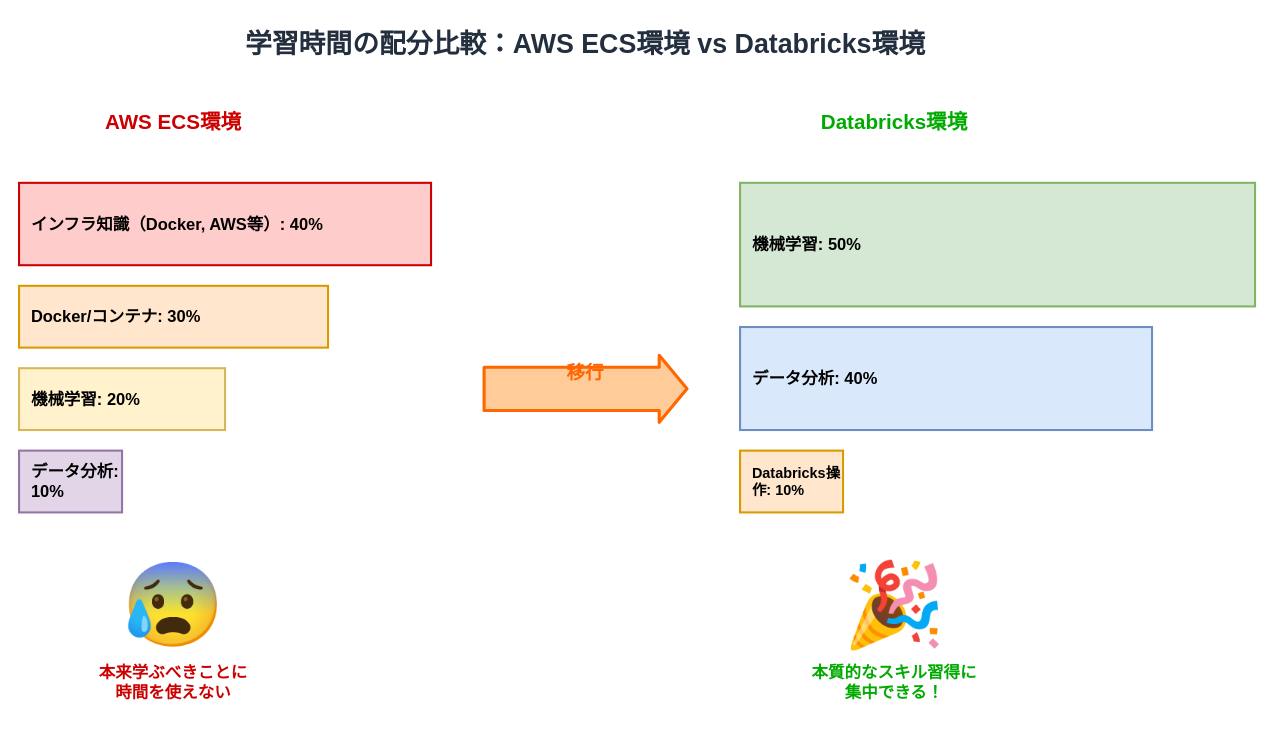
i9wa4/i9wa4.github.io keeps this draw.io diagram as assets/2025-11-07-tamesare-data-sapporo/learning-cost-comparison.drawio. Above is the earlier version. Source tidied: cells renumbered, new cells numbered last; positions are measured from the earlier drawing's top-left corner, leaving out a move shared by most shapes. Both pictures are drawn from the tidied source at 103%, with x=0, y=0 at pixel (19, 18).
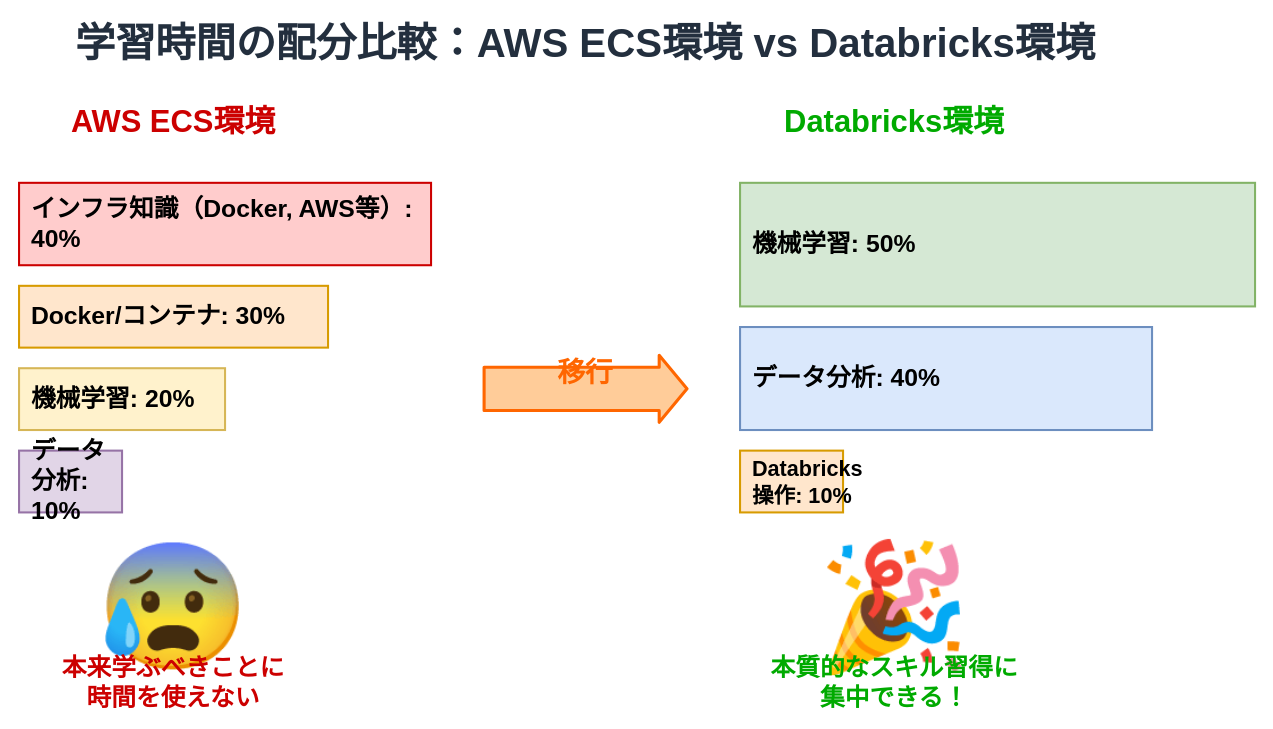
The same diagram, later.

Diff of the diagram source:
```diff
@@
-<mxGraphModel background="#ffffff">
+<mxGraphModel>
@@
-    <mxCell id="2" value="学習時間の配分比較：AWS ECS環境 vs Databricks環境" style="text;html=1;strokeColor=none;fillColor=none;align=center;verticalAlign=middle;whiteSpace=wrap;rounded=0;fontSize=26;fontStyle=1;fontColor=#232F3E;" parent="1" vertex="1">
+    <mxCell id="2" value="学習時間の配分比較：AWS ECS環境 vs Databricks環境" style="text;html=1;strokeColor=none;fillColor=none;align=center;verticalAlign=middle;whiteSpace=wrap;rounded=0;fontSize=39;fontStyle=1;fontColor=#232F3E;" parent="1" vertex="1">
       <mxGeometry x="50" width="1000" height="50" as="geometry" />
     </mxCell>
-    <mxCell id="3" value="AWS ECS環境" style="text;html=1;strokeColor=none;fillColor=none;align=center;verticalAlign=middle;whiteSpace=wrap;rounded=0;fontSize=20;fontStyle=1;fontColor=#CC0000;" parent="1" vertex="1">
+    <mxCell id="3" value="AWS ECS環境" style="text;html=1;strokeColor=none;fillColor=none;align=center;verticalAlign=middle;whiteSpace=wrap;rounded=0;fontSize=30;fontStyle=1;fontColor=#CC0000;" parent="1" vertex="1">
       <mxGeometry y="80" width="300" height="40" as="geometry" />
     </mxCell>
@@
-    <mxCell id="5" value="インフラ知識（Docker, AWS等）: 40%" style="text;html=1;strokeColor=none;fillColor=none;align=left;verticalAlign=middle;whiteSpace=wrap;rounded=0;fontSize=16;fontStyle=1;spacingLeft=10;" parent="1" vertex="1">
+    <mxCell id="5" value="インフラ知識（Docker, AWS等）: 40%" style="text;html=1;strokeColor=none;fillColor=none;align=left;verticalAlign=middle;whiteSpace=wrap;rounded=0;fontSize=24;fontStyle=1;spacingLeft=10;" parent="1" vertex="1">
       <mxGeometry y="180" width="400" height="40" as="geometry" />
     </mxCell>
@@
-    <mxCell id="7" value="Docker/コンテナ: 30%" style="text;html=1;strokeColor=none;fillColor=none;align=left;verticalAlign=middle;whiteSpace=wrap;rounded=0;fontSize=16;fontStyle=1;spacingLeft=10;" parent="1" vertex="1">
+    <mxCell id="7" value="Docker/コンテナ: 30%" style="text;html=1;strokeColor=none;fillColor=none;align=left;verticalAlign=middle;whiteSpace=wrap;rounded=0;fontSize=24;fontStyle=1;spacingLeft=10;" parent="1" vertex="1">
       <mxGeometry y="275" width="300" height="30" as="geometry" />
     </mxCell>
@@
-    <mxCell id="9" value="機械学習: 20%" style="text;html=1;strokeColor=none;fillColor=none;align=left;verticalAlign=middle;whiteSpace=wrap;rounded=0;fontSize=16;fontStyle=1;spacingLeft=10;" parent="1" vertex="1">
+    <mxCell id="9" value="機械学習: 20%" style="text;html=1;strokeColor=none;fillColor=none;align=left;verticalAlign=middle;whiteSpace=wrap;rounded=0;fontSize=24;fontStyle=1;spacingLeft=10;" parent="1" vertex="1">
       <mxGeometry y="355" width="200" height="30" as="geometry" />
     </mxCell>
@@
-    <mxCell id="11" value="データ分析: 10%" style="text;html=1;strokeColor=none;fillColor=none;align=left;verticalAlign=middle;whiteSpace=wrap;rounded=0;fontSize=16;fontStyle=1;spacingLeft=10;" parent="1" vertex="1">
+    <mxCell id="11" value="データ分析: 10%" style="text;html=1;strokeColor=none;fillColor=none;align=left;verticalAlign=middle;whiteSpace=wrap;rounded=0;fontSize=24;fontStyle=1;spacingLeft=10;" parent="1" vertex="1">
       <mxGeometry y="435" width="100" height="30" as="geometry" />
     </mxCell>
-    <mxCell id="12" value="😰" style="text;html=1;strokeColor=none;fillColor=none;align=center;verticalAlign=middle;whiteSpace=wrap;rounded=0;fontSize=80;" parent="1" vertex="1">
+    <mxCell id="12" value="😰" style="text;html=1;strokeColor=none;fillColor=none;align=center;verticalAlign=middle;whiteSpace=wrap;rounded=0;fontSize=120;" parent="1" vertex="1">
       <mxGeometry x="70" y="520" width="160" height="100" as="geometry" />
     </mxCell>
-    <mxCell id="13" value="本来学ぶべきことに&lt;br&gt;時間を使えない" style="text;html=1;strokeColor=none;fillColor=none;align=center;verticalAlign=middle;whiteSpace=wrap;rounded=0;fontSize=16;fontStyle=1;fontColor=#CC0000;" parent="1" vertex="1">
+    <mxCell id="13" value="本来学ぶべきことに&lt;br&gt;時間を使えない" style="text;html=1;strokeColor=none;fillColor=none;align=center;verticalAlign=middle;whiteSpace=wrap;rounded=0;fontSize=24;fontStyle=1;fontColor=#CC0000;" parent="1" vertex="1">
       <mxGeometry y="620" width="300" height="50" as="geometry" />
     </mxCell>
-    <mxCell id="14" value="Databricks環境" style="text;html=1;strokeColor=none;fillColor=none;align=center;verticalAlign=middle;whiteSpace=wrap;rounded=0;fontSize=20;fontStyle=1;fontColor=#00AA00;" parent="1" vertex="1">
+    <mxCell id="14" value="Databricks環境" style="text;html=1;strokeColor=none;fillColor=none;align=center;verticalAlign=middle;whiteSpace=wrap;rounded=0;fontSize=30;fontStyle=1;fontColor=#00AA00;" parent="1" vertex="1">
       <mxGeometry x="700" y="80" width="300" height="40" as="geometry" />
     </mxCell>
@@
-    <mxCell id="16" value="機械学習: 50%" style="text;html=1;strokeColor=none;fillColor=none;align=left;verticalAlign=middle;whiteSpace=wrap;rounded=0;fontSize=16;fontStyle=1;spacingLeft=10;" parent="1" vertex="1">
+    <mxCell id="16" value="機械学習: 50%" style="text;html=1;strokeColor=none;fillColor=none;align=left;verticalAlign=middle;whiteSpace=wrap;rounded=0;fontSize=24;fontStyle=1;spacingLeft=10;" parent="1" vertex="1">
       <mxGeometry x="700" y="205" width="500" height="30" as="geometry" />
     </mxCell>
@@
-    <mxCell id="18" value="データ分析: 40%" style="text;html=1;strokeColor=none;fillColor=none;align=left;verticalAlign=middle;whiteSpace=wrap;rounded=0;fontSize=16;fontStyle=1;spacingLeft=10;" parent="1" vertex="1">
+    <mxCell id="18" value="データ分析: 40%" style="text;html=1;strokeColor=none;fillColor=none;align=left;verticalAlign=middle;whiteSpace=wrap;rounded=0;fontSize=24;fontStyle=1;spacingLeft=10;" parent="1" vertex="1">
       <mxGeometry x="700" y="335" width="400" height="30" as="geometry" />
     </mxCell>
@@
-    <mxCell id="20" value="Databricks操作: 10%" style="text;html=1;strokeColor=none;fillColor=none;align=left;verticalAlign=middle;whiteSpace=wrap;rounded=0;fontSize=14;fontStyle=1;spacingLeft=10;" parent="1" vertex="1">
+    <mxCell id="20" value="Databricks操作: 10%" style="text;html=1;strokeColor=none;fillColor=none;align=left;verticalAlign=middle;whiteSpace=wrap;rounded=0;fontSize=21;fontStyle=1;spacingLeft=10;" parent="1" vertex="1">
       <mxGeometry x="700" y="435" width="100" height="30" as="geometry" />
     </mxCell>
-    <mxCell id="21" value="🎉" style="text;html=1;strokeColor=none;fillColor=none;align=center;verticalAlign=middle;whiteSpace=wrap;rounded=0;fontSize=80;" parent="1" vertex="1">
+    <mxCell id="21" value="🎉" style="text;html=1;strokeColor=none;fillColor=none;align=center;verticalAlign=middle;whiteSpace=wrap;rounded=0;fontSize=120;" parent="1" vertex="1">
       <mxGeometry x="770" y="520" width="160" height="100" as="geometry" />
     </mxCell>
-    <mxCell id="22" value="本質的なスキル習得に&lt;br&gt;集中できる！" style="text;html=1;strokeColor=none;fillColor=none;align=center;verticalAlign=middle;whiteSpace=wrap;rounded=0;fontSize=16;fontStyle=1;fontColor=#00AA00;" parent="1" vertex="1">
+    <mxCell id="22" value="本質的なスキル習得に&lt;br&gt;集中できる！" style="text;html=1;strokeColor=none;fillColor=none;align=center;verticalAlign=middle;whiteSpace=wrap;rounded=0;fontSize=24;fontStyle=1;fontColor=#00AA00;" parent="1" vertex="1">
       <mxGeometry x="700" y="620" width="300" height="50" as="geometry" />
     </mxCell>
@@
-    <mxCell id="24" value="移行" style="text;html=1;strokeColor=none;fillColor=none;align=center;verticalAlign=middle;whiteSpace=wrap;rounded=0;fontSize=18;fontStyle=1;fontColor=#FF6600;" parent="1" vertex="1">
+    <mxCell id="24" value="移行" style="text;html=1;strokeColor=none;fillColor=none;align=center;verticalAlign=middle;whiteSpace=wrap;rounded=0;fontSize=27;fontStyle=1;fontColor=#FF6600;" parent="1" vertex="1">
       <mxGeometry x="500" y="330" width="100" height="30" as="geometry" />
     </mxCell>
```
